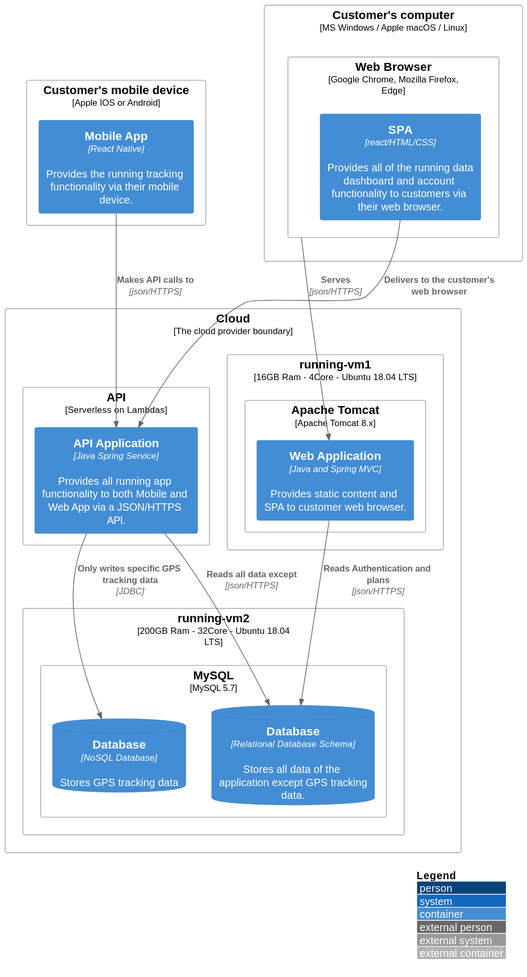
Earlier version of the PlantUML export docs/3 One Month Plan/deployment.svg (SilvioAmaral/SolutionAchitecture).
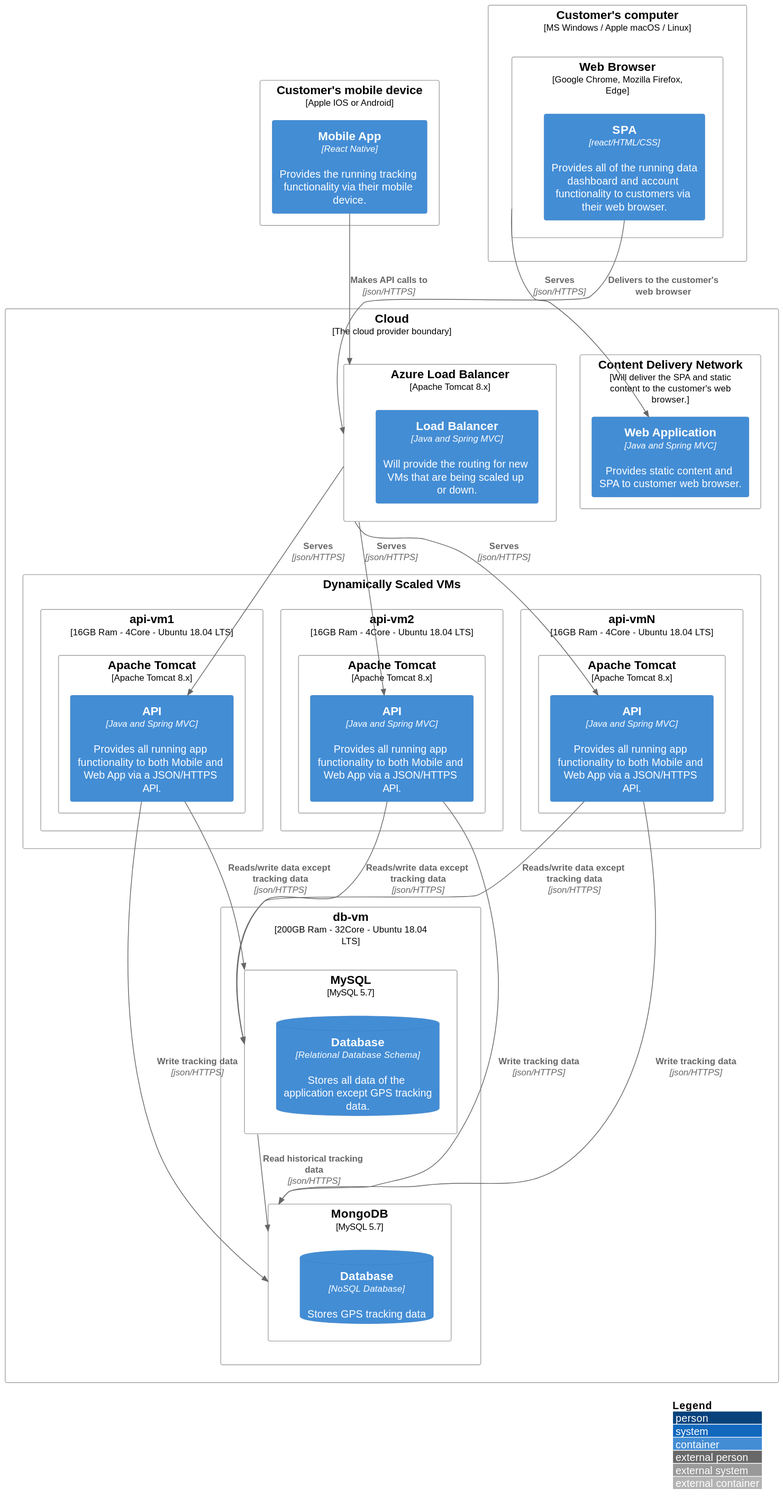
The same file after the commit.

Change to the diagram source:
```diff
@@ -4,18 +4,38 @@
 LAYOUT_WITH_LEGEND()
 
 Deployment_Node(plc, "Cloud", "The cloud provider boundary"){
-    Deployment_Node(dn, "running-vm1", "16GB Ram - 4Core - Ubuntu 18.04 LTS"){
-        Deployment_Node(apache2, "Apache Tomcat", "Apache Tomcat 8.x"){
-            Container(web, "Web Application", "Java and Spring MVC", "Provides static content and SPA to customer web browser.")
+    Deployment_Node(cdn, "Content Delivery Network", "Will deliver the SPA and static content to the customer's web browser."){
+        Container(web, "Web Application", "Java and Spring MVC", "Provides static content and SPA to customer web browser.")
+    }
+
+    Deployment_Node(load, "Azure Load Balancer", "Apache Tomcat 8.x"){
+        Container(bal, "Load Balancer", "Java and Spring MVC", "Will provide the routing for new VMs that are being scaled up or down.")
+    }
+
+    Deployment_Node(scale, "Dynamically Scaled VMs"){
+        Deployment_Node(dn1, "api-vm1", "16GB Ram - 4Core - Ubuntu 18.04 LTS"){
+           Deployment_Node(apache1, "Apache Tomcat", "Apache Tomcat 8.x"){
+                Container(api1, "API", "Java and Spring MVC", "Provides all running app functionality to both Mobile and Web App via a JSON/HTTPS API.")
+            }
+        }
+        Deployment_Node(dn2, "api-vm2", "16GB Ram - 4Core - Ubuntu 18.04 LTS"){
+            Deployment_Node(apache2, "Apache Tomcat", "Apache Tomcat 8.x"){
+                Container(api2, "API", "Java and Spring MVC", "Provides all running app functionality to both Mobile and Web App via a JSON/HTTPS API.")
+            }
+        }
+        Deployment_Node(dnN, "api-vmN", "16GB Ram - 4Core - Ubuntu 18.04 LTS"){
+            Deployment_Node(apache3, "Apache Tomcat", "Apache Tomcat 8.x"){
+                Container(api3, "API", "Java and Spring MVC", "Provides all running app functionality to both Mobile and Web App via a JSON/HTTPS API.")
+            }
         }
     }
-    Deployment_Node(lambda, "API", "Serverless on Lambdas"){
-        Container(api, "API Application", "Java Spring Service", "Provides all running app functionality to both Mobile and Web App via a JSON/HTTPS API.")
-    }
-    Deployment_Node(db01, "running-vm2", "200GB Ram - 32Core - Ubuntu 18.04 LTS"){
-        Deployment_Node(mysql, "MySQL", "MySQL 5.7"){
-            ContainerDb(db1, "Database", "Relational Database Schema", "Stores all data of the application except GPS tracking data.")
-            ContainerDb(db2, "Database", "NoSQL Database", "Stores GPS tracking data")
+
+    Deployment_Node(dbs, "db-vm", "200GB Ram - 32Core - Ubuntu 18.04 LTS"){
+        Deployment_Node(db1, "MySQL", "MySQL 5.7"){
+            ContainerDb(mysql, "Database", "Relational Database Schema", "Stores all data of the application except GPS tracking data.")
+        }
+        Deployment_Node(db2, "MongoDB", "MySQL 5.7"){
+            ContainerDb(mongo, "Database", "NoSQL Database", "Stores GPS tracking data")
         }
     }
 }
@@ -30,11 +50,18 @@
     }
 }
 
-Rel(mobile, api, "Makes API calls to", "json/HTTPS")
-Rel(spa, api, "Delivers to the customer's web browser")
+Rel(mobile, load, "Makes API calls to", "json/HTTPS")
+Rel(spa, load, "Delivers to the customer's web browser")
 Rel(browser, web, "Serves", "json/HTTPS")
-Rel(web, db1, "Reads Authentication and plans", "json/HTTPS")
-Rel(api, db1, "Reads all data except", "json/HTTPS")
-Rel(api, db2, "Only writes specific GPS tracking data", "JDBC")
+Rel(load, api1, "Serves", "json/HTTPS")
+Rel(load, api2, "Serves", "json/HTTPS")
+Rel(load, api3, "Serves", "json/HTTPS")
+Rel(api1, db1, "Reads/write data except tracking data", "json/HTTPS")
+Rel(api2, db1, "Reads/write data except tracking data", "json/HTTPS")
+Rel(api3, db1, "Reads/write data except tracking data", "json/HTTPS")
+Rel(api1, db2, "Write tracking data", "json/HTTPS")
+Rel(api2, db2, "Write tracking data", "json/HTTPS")
+Rel(api3, db2, "Write tracking data", "json/HTTPS")
+Rel(db1, db2, "Read historical tracking data", "json/HTTPS")
 
 @enduml
```
